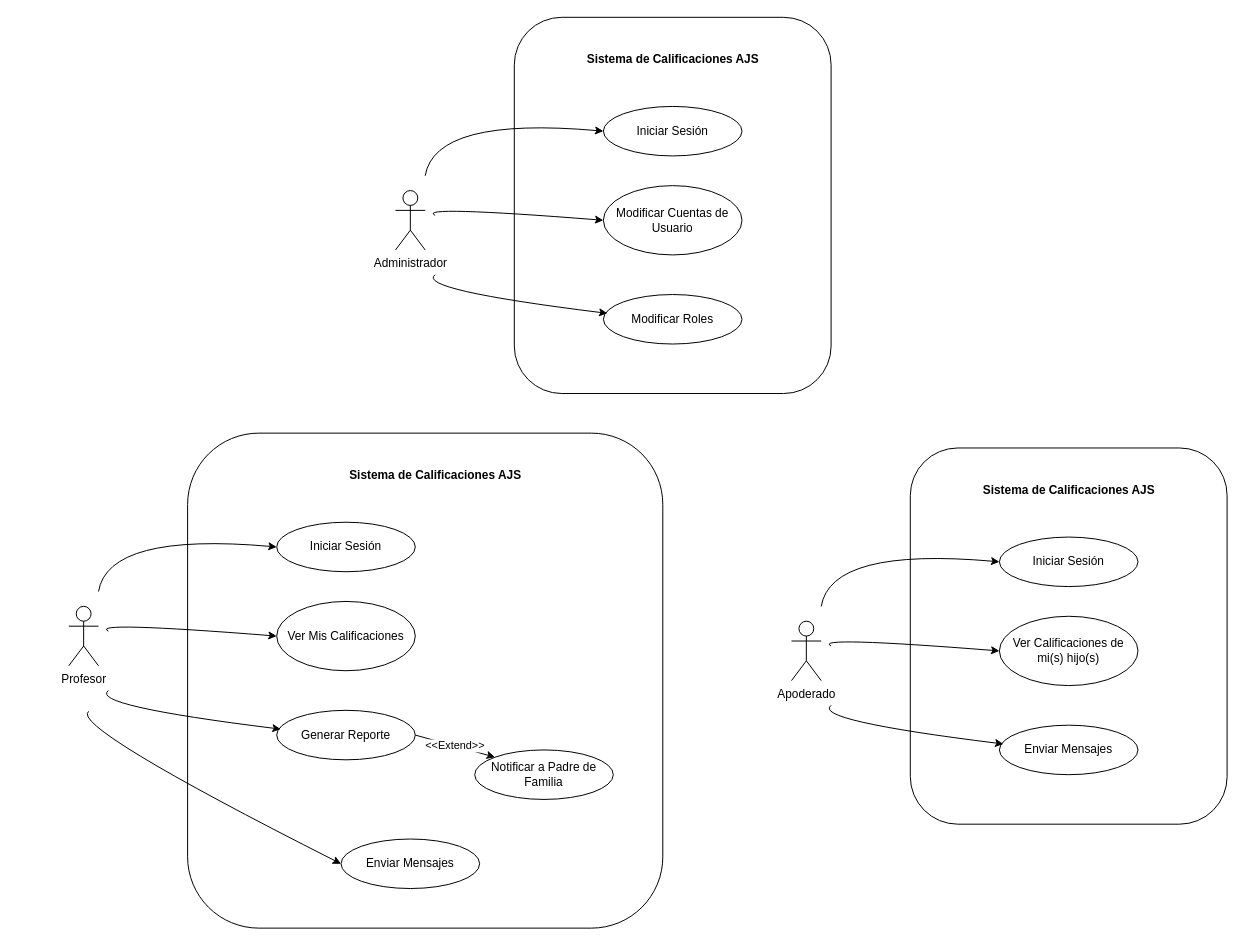
This is CasosUsoAjs.drawio from KeiKurono96/ProyPes, a draw.io file, before an edit. Source tidied: cells renumbered, new cells numbered last; positions are measured from the earlier drawing's top-left corner, leaving out a move shared by most shapes. Both pictures are drawn from the tidied source at 99%, with x=0, y=0 at pixel (68, 17).
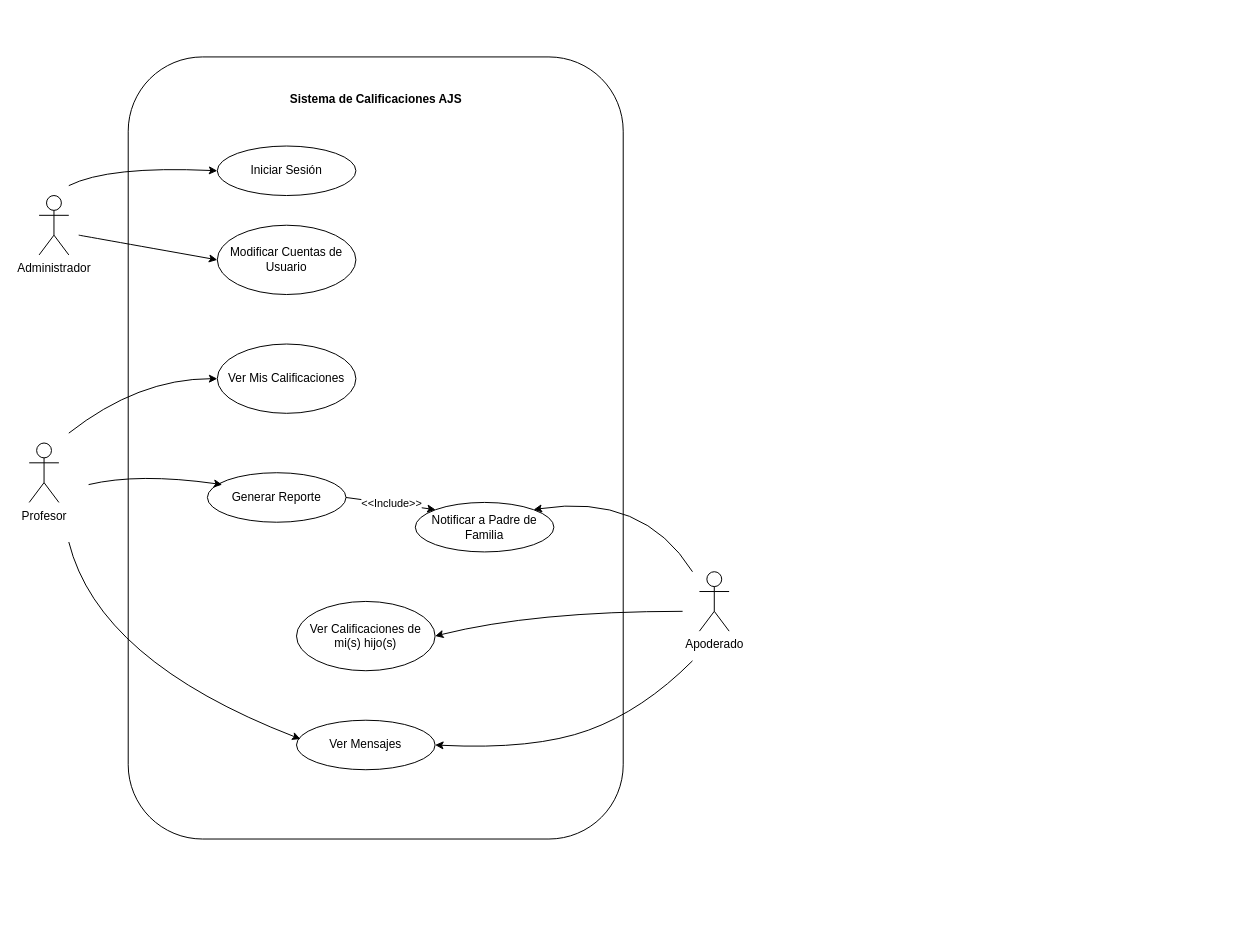
The same page after the edit.

The edit, as a diff of the source:
```diff
@@
     <mxCell id="2" style="rounded=1;whiteSpace=wrap;html=1;" parent="1" vertex="1">
-      <mxGeometry x="450" width="320" height="380" as="geometry" />
+      <mxGeometry x="60" y="40" width="500" height="790" as="geometry" />
     </mxCell>
     <mxCell id="3" value="Iniciar Sesión" style="ellipse;whiteSpace=wrap;html=1;" parent="1" vertex="1">
-      <mxGeometry x="540" y="90" width="140" height="50" as="geometry" />
+      <mxGeometry x="150" y="130" width="140" height="50" as="geometry" />
     </mxCell>
     <mxCell id="4" value="Sistema de Calificaciones AJS" style="text;align=center;fontStyle=1;verticalAlign=middle;spacingLeft=3;spacingRight=3;strokeColor=none;html=1;" parent="1" vertex="1">
-      <mxGeometry x="570" y="30" width="80" height="26" as="geometry" />
+      <mxGeometry x="270" y="70" width="80" height="26" as="geometry" />
     </mxCell>
     <mxCell id="5" value="Administrador" style="shape=umlActor;verticalLabelPosition=bottom;verticalAlign=top;html=1;" parent="1" vertex="1">
-      <mxGeometry x="330" y="175" width="30" height="60" as="geometry" />
+      <mxGeometry x="-30" y="180" width="30" height="60" as="geometry" />
     </mxCell>
     <mxCell id="6" value="Modificar Cuentas de Usuario" style="ellipse;whiteSpace=wrap;html=1;" parent="1" vertex="1">
-      <mxGeometry x="540" y="170" width="140" height="70" as="geometry" />
+      <mxGeometry x="150" y="210" width="140" height="70" as="geometry" />
     </mxCell>
-    <mxCell id="7" value="Modificar Roles" style="ellipse;whiteSpace=wrap;html=1;" parent="1" vertex="1">
-      <mxGeometry x="540" y="280" width="140" height="50" as="geometry" />
-    </mxCell>
     <mxCell id="8" style="curved=1;endArrow=classic;html=1;rounded=0;entryX=0;entryY=0.5;entryDx=0;entryDy=0;" parent="1" edge="1" target="3">
       <mxGeometry relative="1" as="geometry">
-        <mxPoint x="360" y="160" as="sourcePoint" />
+        <mxPoint y="170" as="sourcePoint" />
         <Array as="points">
-          <mxPoint x="370" y="100" />
+          <mxPoint x="40" y="150" />
         </Array>
       </mxGeometry>
     </mxCell>
     <mxCell id="9" style="curved=1;endArrow=classic;html=1;rounded=0;entryX=0;entryY=0.5;entryDx=0;entryDy=0;" parent="1" edge="1" target="6">
       <mxGeometry relative="1" as="geometry">
-        <mxPoint x="370" y="200" as="sourcePoint" />
-        <Array as="points">
-          <mxPoint x="350" y="190" />
-        </Array>
+        <mxPoint x="10" y="220" as="sourcePoint" />
       </mxGeometry>
     </mxCell>
-    <mxCell id="10" style="curved=1;endArrow=classic;html=1;rounded=0;entryX=0.029;entryY=0.38;entryDx=0;entryDy=0;entryPerimeter=0;" parent="1" edge="1" target="7">
-      <mxGeometry relative="1" as="geometry">
-        <mxPoint x="370" y="260" as="sourcePoint" />
-        <Array as="points">
-          <mxPoint x="350" y="275" />
-        </Array>
-      </mxGeometry>
-    </mxCell>
-    <mxCell id="11" style="rounded=1;whiteSpace=wrap;html=1;" parent="1" vertex="1">
-      <mxGeometry x="120" y="420" width="480" height="500" as="geometry" />
-    </mxCell>
-    <mxCell id="12" value="Iniciar Sesión" style="ellipse;whiteSpace=wrap;html=1;" parent="1" vertex="1">
-      <mxGeometry x="210" y="510" width="140" height="50" as="geometry" />
-    </mxCell>
-    <mxCell id="13" value="Sistema de Calificaciones AJS" style="text;align=center;fontStyle=1;verticalAlign=middle;spacingLeft=3;spacingRight=3;strokeColor=none;html=1;" parent="1" vertex="1">
-      <mxGeometry x="330" y="450" width="80" height="26" as="geometry" />
-    </mxCell>
     <mxCell id="14" value="Profesor" style="shape=umlActor;verticalLabelPosition=bottom;verticalAlign=top;html=1;" parent="1" vertex="1">
-      <mxGeometry y="595" width="30" height="60" as="geometry" />
+      <mxGeometry x="-40" y="430" width="30" height="60" as="geometry" />
     </mxCell>
     <mxCell id="15" value="Ver Mis Calificaciones" style="ellipse;whiteSpace=wrap;html=1;" parent="1" vertex="1">
-      <mxGeometry x="210" y="590" width="140" height="70" as="geometry" />
+      <mxGeometry x="150" y="330" width="140" height="70" as="geometry" />
     </mxCell>
-    <mxCell id="16" value="&amp;lt;&amp;lt;Extend&amp;gt;&amp;gt;" style="rounded=0;jettySize=auto;html=1;exitX=1;exitY=0.5;exitDx=0;exitDy=0;entryX=0;entryY=0;entryDx=0;entryDy=0;" parent="1" edge="1" source="17" target="21">
+    <mxCell id="16" value="&amp;lt;&amp;lt;Include&amp;gt;&amp;gt;" style="rounded=0;jettySize=auto;html=1;exitX=1;exitY=0.5;exitDx=0;exitDy=0;entryX=0;entryY=0;entryDx=0;entryDy=0;" parent="1" edge="1" source="17" target="21">
       <mxGeometry relative="1" as="geometry" />
     </mxCell>
     <mxCell id="17" value="Generar Reporte" style="ellipse;whiteSpace=wrap;html=1;" parent="1" vertex="1">
-      <mxGeometry x="210" y="700" width="140" height="50" as="geometry" />
+      <mxGeometry x="140" y="460" width="140" height="50" as="geometry" />
     </mxCell>
-    <mxCell id="18" style="curved=1;endArrow=classic;html=1;rounded=0;entryX=0;entryY=0.5;entryDx=0;entryDy=0;" parent="1" edge="1" target="12">
-      <mxGeometry relative="1" as="geometry">
-        <mxPoint x="30" y="580" as="sourcePoint" />
-        <Array as="points">
-          <mxPoint x="40" y="520" />
-        </Array>
-      </mxGeometry>
-    </mxCell>
-    <mxCell id="19" style="curved=1;endArrow=classic;html=1;rounded=0;entryX=0;entryY=0.5;entryDx=0;entryDy=0;" parent="1" edge="1" target="15">
-      <mxGeometry relative="1" as="geometry">
-        <mxPoint x="40" y="620" as="sourcePoint" />
-        <Array as="points">
-          <mxPoint x="20" y="610" />
-        </Array>
-      </mxGeometry>
-    </mxCell>
-    <mxCell id="20" style="curved=1;endArrow=classic;html=1;rounded=0;entryX=0.029;entryY=0.38;entryDx=0;entryDy=0;entryPerimeter=0;" parent="1" edge="1" target="17">
-      <mxGeometry relative="1" as="geometry">
-        <mxPoint x="40" y="680" as="sourcePoint" />
-        <Array as="points">
-          <mxPoint x="20" y="695" />
-        </Array>
-      </mxGeometry>
-    </mxCell>
     <mxCell id="21" value="Notificar a Padre de Familia" style="ellipse;whiteSpace=wrap;html=1;" parent="1" vertex="1">
-      <mxGeometry x="410" y="740" width="140" height="50" as="geometry" />
+      <mxGeometry x="350" y="490" width="140" height="50" as="geometry" />
     </mxCell>
-    <mxCell id="22" style="rounded=1;whiteSpace=wrap;html=1;" parent="1" vertex="1">
-      <mxGeometry x="850" y="435" width="320" height="380" as="geometry" />
-    </mxCell>
-    <mxCell id="23" value="Iniciar Sesión" style="ellipse;whiteSpace=wrap;html=1;" parent="1" vertex="1">
-      <mxGeometry x="940" y="525" width="140" height="50" as="geometry" />
-    </mxCell>
-    <mxCell id="24" value="Sistema de Calificaciones AJS" style="text;align=center;fontStyle=1;verticalAlign=middle;spacingLeft=3;spacingRight=3;strokeColor=none;html=1;" parent="1" vertex="1">
-      <mxGeometry x="970" y="465" width="80" height="26" as="geometry" />
-    </mxCell>
     <mxCell id="25" value="Apoderado" style="shape=umlActor;verticalLabelPosition=bottom;verticalAlign=top;html=1;" parent="1" vertex="1">
-      <mxGeometry x="730" y="610" width="30" height="60" as="geometry" />
+      <mxGeometry x="637" y="560" width="30" height="60" as="geometry" />
     </mxCell>
     <mxCell id="26" value="Ver Calificaciones de mi(s) hijo(s)" style="ellipse;whiteSpace=wrap;html=1;" parent="1" vertex="1">
-      <mxGeometry x="940" y="605" width="140" height="70" as="geometry" />
+      <mxGeometry x="230" y="590" width="140" height="70" as="geometry" />
     </mxCell>
-    <mxCell id="27" value="Enviar Mensajes" style="ellipse;whiteSpace=wrap;html=1;" parent="1" vertex="1">
-      <mxGeometry x="940" y="715" width="140" height="50" as="geometry" />
+    <mxCell id="27" value="Ver Mensajes" style="ellipse;whiteSpace=wrap;html=1;" parent="1" vertex="1">
+      <mxGeometry x="230" y="710" width="140" height="50" as="geometry" />
     </mxCell>
-    <mxCell id="28" style="curved=1;endArrow=classic;html=1;rounded=0;entryX=0;entryY=0.5;entryDx=0;entryDy=0;" parent="1" edge="1" target="23">
-      <mxGeometry relative="1" as="geometry">
-        <mxPoint x="760" y="595" as="sourcePoint" />
-        <Array as="points">
-          <mxPoint x="770" y="535" />
-        </Array>
-      </mxGeometry>
-    </mxCell>
-    <mxCell id="29" style="curved=1;endArrow=classic;html=1;rounded=0;entryX=0;entryY=0.5;entryDx=0;entryDy=0;" parent="1" edge="1" target="26">
-      <mxGeometry relative="1" as="geometry">
-        <mxPoint x="770" y="635" as="sourcePoint" />
-        <Array as="points">
-          <mxPoint x="750" y="625" />
-        </Array>
-      </mxGeometry>
-    </mxCell>
     <mxCell id="30" style="curved=1;endArrow=classic;html=1;rounded=0;entryX=0.029;entryY=0.38;entryDx=0;entryDy=0;entryPerimeter=0;" parent="1" edge="1" target="27">
       <mxGeometry relative="1" as="geometry">
-        <mxPoint x="770" y="695" as="sourcePoint" />
+        <mxPoint y="530" as="sourcePoint" />
         <Array as="points">
-          <mxPoint x="750" y="710" />
+          <mxPoint x="30" y="650" />
         </Array>
       </mxGeometry>
     </mxCell>
-    <mxCell id="31" value="Enviar Mensajes" style="ellipse;whiteSpace=wrap;html=1;" parent="1" vertex="1">
-      <mxGeometry x="275" y="830" width="140" height="50" as="geometry" />
-    </mxCell>
-    <mxCell id="32" style="curved=1;endArrow=classic;html=1;rounded=0;entryX=0;entryY=0.5;entryDx=0;entryDy=0;" parent="1" edge="1" target="31">
-      <mxGeometry relative="1" as="geometry">
-        <mxPoint x="20" y="701" as="sourcePoint" />
-        <Array as="points">
-          <mxPoint y="716" />
-        </Array>
-      </mxGeometry>
-    </mxCell>
+    <mxCell id="33" style="curved=1;endArrow=classic;html=1;rounded=0;entryX=0;entryY=0.5;entryDx=0;entryDy=0;" parent="1" edge="1" target="15">
+      <mxGeometry relative="1" as="geometry">
+        <mxPoint y="420" as="sourcePoint" />
+        <Array as="points">
+          <mxPoint x="70" y="365" />
+        </Array>
+      </mxGeometry>
+    </mxCell>
+    <mxCell id="34" style="curved=1;endArrow=classic;html=1;rounded=0;entryX=1;entryY=0;entryDx=0;entryDy=0;" parent="1" edge="1" target="21">
+      <mxGeometry relative="1" as="geometry">
+        <mxPoint x="630" y="560" as="sourcePoint" />
+        <Array as="points">
+          <mxPoint x="580" y="480" />
+        </Array>
+      </mxGeometry>
+    </mxCell>
+    <mxCell id="35" style="curved=1;endArrow=classic;html=1;rounded=0;entryX=1;entryY=0.5;entryDx=0;entryDy=0;" parent="1" edge="1" target="26">
+      <mxGeometry relative="1" as="geometry">
+        <mxPoint x="620" y="600" as="sourcePoint" />
+        <Array as="points">
+          <mxPoint x="470" y="600" />
+        </Array>
+      </mxGeometry>
+    </mxCell>
+    <mxCell id="36" style="curved=1;endArrow=classic;html=1;rounded=0;entryX=1;entryY=0.5;entryDx=0;entryDy=0;" parent="1" edge="1" target="27">
+      <mxGeometry relative="1" as="geometry">
+        <mxPoint x="630" y="650" as="sourcePoint" />
+        <Array as="points">
+          <mxPoint x="580" y="700" />
+          <mxPoint x="470" y="740" />
+        </Array>
+      </mxGeometry>
+    </mxCell>
+    <mxCell id="37" style="curved=1;endArrow=classic;html=1;rounded=0;entryX=0.107;entryY=0.24;entryDx=0;entryDy=0;entryPerimeter=0;" parent="1" edge="1" target="17">
+      <mxGeometry relative="1" as="geometry">
+        <mxPoint x="20" y="472" as="sourcePoint" />
+        <Array as="points">
+          <mxPoint x="70" y="460" />
+        </Array>
+      </mxGeometry>
+    </mxCell>
```
